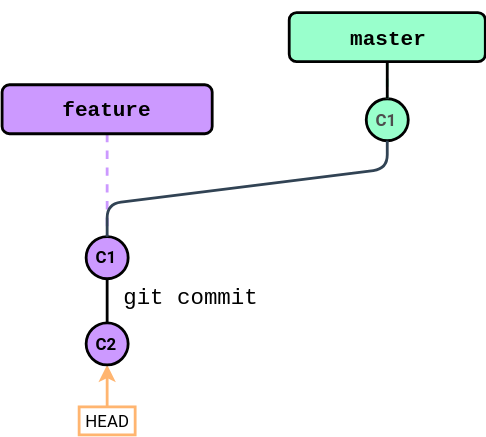
The draw.io diagram Session 0 - Git/img/Branching_and_Merging/Branching_step4.svg in Python-Crash-Course/Python201, before a commit. Source tidied: cells renumbered, new cells last; positions are measured from the earlier drawing's top-left corner, leaving out a move shared by most shapes. Its diagram source:
```xml
<mxGraphModel>
  <root>
    <mxCell id="0" />
    <mxCell id="1" parent="0" />
    <mxCell id="2" style="endArrow=none;dashed=1;html=1;strokeWidth=2;fillColor=#ffe6cc;strokeColor=#CC99FF;exitX=0.5;exitY=1;exitDx=0;exitDy=0;entryX=0.5;entryY=0;entryDx=0;entryDy=0;" parent="1" edge="1" source="3" target="6">
      <mxGeometry relative="1" as="geometry" />
    </mxCell>
    <mxCell id="3" value="&lt;h1 style=&quot;line-height: 70%&quot;&gt;&lt;b style=&quot;font-size: 15px&quot;&gt;&lt;font face=&quot;Courier New&quot; style=&quot;line-height: 100%&quot;&gt;feature&lt;/font&gt;&lt;/b&gt;&lt;/h1&gt;" style="text;html=1;spacing=5;spacingTop=-20;whiteSpace=wrap;overflow=hidden;rounded=1;align=center;labelBorderColor=none;labelBackgroundColor=none;fillColor=#cc99ff;strokeColor=#000000;fontFamily=Roboto;perimeterSpacing=0;strokeWidth=2;comic=0;glass=0;shadow=0;" parent="1" vertex="1">
      <mxGeometry y="51" width="150" height="35" as="geometry" />
    </mxCell>
    <mxCell id="4" value="&lt;font style=&quot;font-size: 12px&quot;&gt;C1&lt;/font&gt;" style="ellipse;whiteSpace=wrap;html=1;fillColor=#99FFCC;strokeColor=#000000;fontColor=#4D4D4D;fontStyle=1;fontSize=10;fontFamily=Roboto;FType=g;strokeWidth=2;" parent="1" vertex="1">
      <mxGeometry x="260" y="61" width="30" height="30" as="geometry" />
    </mxCell>
    <mxCell id="5" style="endArrow=none;dashed=1;html=1;strokeWidth=2;fillColor=#d5e8d4;strokeColor=#99FFCC;exitX=0.5;exitY=1;exitDx=0;exitDy=0;" parent="1" edge="1" source="13" target="4">
      <mxGeometry relative="1" as="geometry" />
    </mxCell>
    <mxCell id="6" value="&lt;font style=&quot;font-size: 12px&quot;&gt;C1&lt;/font&gt;" style="ellipse;whiteSpace=wrap;html=1;fillColor=#CC99FF;strokeColor=#000000;fontFamily=Roboto;fontStyle=1;fontSize=10;strokeWidth=2;" parent="1" vertex="1">
      <mxGeometry x="60" y="159.5" width="30" height="30" as="geometry" />
    </mxCell>
    <mxCell id="7" value="&lt;font face=&quot;Courier New&quot;&gt;&lt;font style=&quot;font-size: 16px&quot;&gt;git commit&lt;/font&gt;&lt;br style=&quot;font-size: 14px&quot;&gt;&lt;/font&gt;" style="text;html=1;strokeColor=none;fillColor=none;align=center;verticalAlign=middle;whiteSpace=wrap;rounded=0;rotation=0;fontSize=14;" parent="1" vertex="1">
      <mxGeometry x="83.5" y="193" width="100" height="20" as="geometry" />
    </mxCell>
    <mxCell id="8" style="endArrow=none;html=1;strokeColor=#000000;fontFamily=Roboto;fontSize=8;fontColor=#000000;exitX=0.5;exitY=1;exitDx=0;exitDy=0;entryX=0.5;entryY=0;entryDx=0;entryDy=0;strokeWidth=2;endFill=0;" parent="1" edge="1" source="13" target="4">
      <mxGeometry relative="1" as="geometry" />
    </mxCell>
    <mxCell id="9" style="endArrow=classic;html=1;strokeColor=#FFB570;fontFamily=Roboto;fontSize=8;fontColor=#000000;entryX=0.5;entryY=1;entryDx=0;entryDy=0;fillColor=#ffcc99;exitX=0.5;exitY=0;exitDx=0;exitDy=0;strokeWidth=2;" parent="1" edge="1" source="10" target="12">
      <mxGeometry relative="1" as="geometry" />
    </mxCell>
    <mxCell id="10" value="&lt;font style=&quot;font-size: 12px;&quot;&gt;HEAD&lt;br style=&quot;font-size: 12px;&quot;&gt;&lt;/font&gt;" style="text;html=1;strokeColor=#FFB570;fillColor=none;align=center;verticalAlign=middle;whiteSpace=wrap;rounded=0;rotation=0;fontSize=12;fontFamily=Roboto;strokeWidth=2;" parent="1" vertex="1">
      <mxGeometry x="55" y="281" width="40" height="20" as="geometry" />
    </mxCell>
    <mxCell id="11" style="endArrow=none;html=1;strokeColor=#000000;fontFamily=Roboto;fontSize=14;fontColor=#000000;exitX=0.5;exitY=1;exitDx=0;exitDy=0;entryX=0.5;entryY=0;entryDx=0;entryDy=0;strokeWidth=2;endFill=0;startArrow=none;startFill=0;" parent="1" edge="1" source="6" target="12">
      <mxGeometry relative="1" as="geometry" />
    </mxCell>
    <mxCell id="12" value="&lt;font style=&quot;font-size: 12px&quot;&gt;C2&lt;/font&gt;" style="ellipse;whiteSpace=wrap;html=1;fillColor=#CC99FF;strokeColor=#000000;fontFamily=Roboto;fontStyle=1;fontSize=10;strokeWidth=2;" parent="1" vertex="1">
      <mxGeometry x="60" y="221" width="30" height="30" as="geometry" />
    </mxCell>
    <mxCell id="13" value="&lt;h1 style=&quot;line-height: 70%&quot;&gt;&lt;b style=&quot;font-size: 15px&quot;&gt;&lt;font face=&quot;Courier New&quot; style=&quot;line-height: 100%&quot;&gt;master&lt;/font&gt;&lt;/b&gt;&lt;/h1&gt;" style="text;html=1;spacing=5;spacingTop=-20;whiteSpace=wrap;overflow=hidden;rounded=1;align=center;labelBorderColor=none;labelBackgroundColor=none;fillColor=#99FFCC;strokeColor=#000000;fontFamily=Roboto;perimeterSpacing=0;strokeWidth=2;comic=0;glass=0;shadow=0;" parent="1" vertex="1">
      <mxGeometry x="205" y="-0.5" width="140" height="35" as="geometry" />
    </mxCell>
    <mxCell id="14" style="endArrow=none;html=1;strokeWidth=2;fontColor=#6FD08C;fillColor=#647687;strokeColor=#314354;jumpStyle=arc;targetPerimeterSpacing=3;endSize=3;startArrow=none;startFill=0;exitX=0.5;exitY=0;exitDx=0;exitDy=0;endFill=0;entryX=0.5;entryY=1;entryDx=0;entryDy=0;" parent="1" edge="1" source="6" target="4">
      <mxGeometry relative="1" as="geometry">
        <Array as="points">
          <mxPoint x="75" y="136" />
          <mxPoint x="275" y="111" />
        </Array>
      </mxGeometry>
    </mxCell>
  </root>
</mxGraphModel>
```
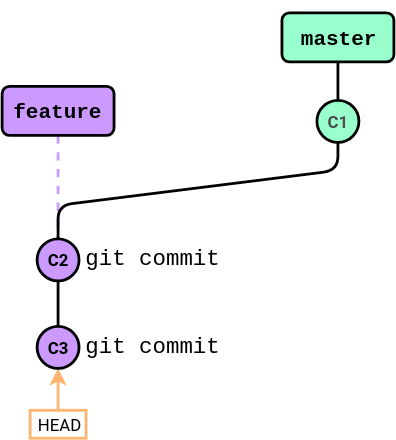
The same diagram one commit later.

The edit, as a diff of the source:
```diff
@@ -2,49 +2,52 @@
   <root>
     <mxCell id="0" />
     <mxCell id="1" parent="0" />
-    <mxCell id="2" style="endArrow=none;dashed=1;html=1;strokeWidth=2;fillColor=#ffe6cc;strokeColor=#CC99FF;exitX=0.5;exitY=1;exitDx=0;exitDy=0;entryX=0.5;entryY=0;entryDx=0;entryDy=0;" parent="1" edge="1" source="3" target="6">
-      <mxGeometry relative="1" as="geometry" />
+    <mxCell id="2" style="endArrow=none;dashed=1;html=1;strokeWidth=2;fillColor=#ffe6cc;strokeColor=#CC99FF;exitX=0.5;exitY=1;exitDx=0;exitDy=0;entryX=0.5;entryY=0;entryDx=0;entryDy=0;" parent="1" edge="1" source="10">
+      <mxGeometry relative="1" as="geometry">
+        <mxPoint x="75" y="159.5" as="targetPoint" />
+      </mxGeometry>
     </mxCell>
-    <mxCell id="3" value="&lt;h1 style=&quot;line-height: 70%&quot;&gt;&lt;b style=&quot;font-size: 15px&quot;&gt;&lt;font face=&quot;Courier New&quot; style=&quot;line-height: 100%&quot;&gt;feature&lt;/font&gt;&lt;/b&gt;&lt;/h1&gt;" style="text;html=1;spacing=5;spacingTop=-20;whiteSpace=wrap;overflow=hidden;rounded=1;align=center;labelBorderColor=none;labelBackgroundColor=none;fillColor=#cc99ff;strokeColor=#000000;fontFamily=Roboto;perimeterSpacing=0;strokeWidth=2;comic=0;glass=0;shadow=0;" parent="1" vertex="1">
-      <mxGeometry y="51" width="150" height="35" as="geometry" />
+    <mxCell id="3" value="&lt;font style=&quot;font-size: 12px&quot;&gt;C1&lt;/font&gt;" style="ellipse;whiteSpace=wrap;html=1;fillColor=#99FFCC;strokeColor=#000000;fontColor=#4D4D4D;fontStyle=1;fontSize=10;fontFamily=Roboto;FType=g;strokeWidth=2;" parent="1" vertex="1">
+      <mxGeometry x="260" y="61" width="30" height="30" as="geometry" />
     </mxCell>
-    <mxCell id="4" value="&lt;font style=&quot;font-size: 12px&quot;&gt;C1&lt;/font&gt;" style="ellipse;whiteSpace=wrap;html=1;fillColor=#99FFCC;strokeColor=#000000;fontColor=#4D4D4D;fontStyle=1;fontSize=10;fontFamily=Roboto;FType=g;strokeWidth=2;" parent="1" vertex="1">
-      <mxGeometry x="260" y="61" width="30" height="30" as="geometry" />
+    <mxCell id="4" value="&lt;font face=&quot;Courier New&quot;&gt;&lt;font style=&quot;font-size: 16px&quot;&gt;git commit&lt;/font&gt;&lt;br style=&quot;font-size: 14px&quot;&gt;&lt;/font&gt;" style="text;html=1;strokeColor=none;fillColor=none;align=center;verticalAlign=middle;whiteSpace=wrap;rounded=0;rotation=0;fontSize=14;" parent="1" vertex="1">
+      <mxGeometry x="92" y="164" width="100" height="20" as="geometry" />
     </mxCell>
-    <mxCell id="5" style="endArrow=none;dashed=1;html=1;strokeWidth=2;fillColor=#d5e8d4;strokeColor=#99FFCC;exitX=0.5;exitY=1;exitDx=0;exitDy=0;" parent="1" edge="1" source="13" target="4">
+    <mxCell id="5" style="endArrow=none;html=1;strokeColor=#000000;fontFamily=Roboto;fontSize=8;fontColor=#000000;exitX=0.5;exitY=1;exitDx=0;exitDy=0;entryX=0.5;entryY=0;entryDx=0;entryDy=0;strokeWidth=2;endFill=0;" parent="1" edge="1" source="11" target="3">
       <mxGeometry relative="1" as="geometry" />
     </mxCell>
-    <mxCell id="6" value="&lt;font style=&quot;font-size: 12px&quot;&gt;C1&lt;/font&gt;" style="ellipse;whiteSpace=wrap;html=1;fillColor=#CC99FF;strokeColor=#000000;fontFamily=Roboto;fontStyle=1;fontSize=10;strokeWidth=2;" parent="1" vertex="1">
-      <mxGeometry x="60" y="159.5" width="30" height="30" as="geometry" />
+    <mxCell id="6" style="endArrow=classic;html=1;strokeColor=#FFB570;fontFamily=Roboto;fontSize=8;fontColor=#000000;entryX=0.5;entryY=1;entryDx=0;entryDy=0;fillColor=#ffcc99;exitX=0.5;exitY=0;exitDx=0;exitDy=0;strokeWidth=2;" parent="1" edge="1" source="7" target="12">
+      <mxGeometry relative="1" as="geometry" />
     </mxCell>
-    <mxCell id="7" value="&lt;font face=&quot;Courier New&quot;&gt;&lt;font style=&quot;font-size: 16px&quot;&gt;git commit&lt;/font&gt;&lt;br style=&quot;font-size: 14px&quot;&gt;&lt;/font&gt;" style="text;html=1;strokeColor=none;fillColor=none;align=center;verticalAlign=middle;whiteSpace=wrap;rounded=0;rotation=0;fontSize=14;" parent="1" vertex="1">
-      <mxGeometry x="83.5" y="193" width="100" height="20" as="geometry" />
+    <mxCell id="7" value="&lt;font style=&quot;font-size: 12px;&quot;&gt;HEAD&lt;br style=&quot;font-size: 12px;&quot;&gt;&lt;/font&gt;" style="text;html=1;strokeColor=#FFB570;fillColor=none;align=center;verticalAlign=middle;whiteSpace=wrap;rounded=0;rotation=0;fontSize=12;fontFamily=Roboto;strokeWidth=2;" parent="1" vertex="1">
+      <mxGeometry x="55" y="282.5" width="40" height="20" as="geometry" />
     </mxCell>
-    <mxCell id="8" style="endArrow=none;html=1;strokeColor=#000000;fontFamily=Roboto;fontSize=8;fontColor=#000000;exitX=0.5;exitY=1;exitDx=0;exitDy=0;entryX=0.5;entryY=0;entryDx=0;entryDy=0;strokeWidth=2;endFill=0;" parent="1" edge="1" source="13" target="4">
-      <mxGeometry relative="1" as="geometry" />
+    <mxCell id="8" value="&lt;font style=&quot;font-size: 12px&quot;&gt;C2&lt;/font&gt;" style="ellipse;whiteSpace=wrap;html=1;fillColor=#CC99FF;strokeColor=#000000;fontFamily=Roboto;fontStyle=1;fontSize=10;strokeWidth=2;" parent="1" vertex="1">
+      <mxGeometry x="60" y="160" width="30" height="30" as="geometry" />
     </mxCell>
-    <mxCell id="9" style="endArrow=classic;html=1;strokeColor=#FFB570;fontFamily=Roboto;fontSize=8;fontColor=#000000;entryX=0.5;entryY=1;entryDx=0;entryDy=0;fillColor=#ffcc99;exitX=0.5;exitY=0;exitDx=0;exitDy=0;strokeWidth=2;" parent="1" edge="1" source="10" target="12">
-      <mxGeometry relative="1" as="geometry" />
+    <mxCell id="9" style="endArrow=none;html=1;strokeWidth=2;fontColor=#6FD08C;fillColor=#647687;strokeColor=#000000;jumpStyle=arc;targetPerimeterSpacing=3;endSize=3;startArrow=none;startFill=0;exitX=0.5;exitY=0;exitDx=0;exitDy=0;endFill=0;entryX=0.5;entryY=1;entryDx=0;entryDy=0;" parent="1" edge="1" target="3">
+      <mxGeometry relative="1" as="geometry">
+        <mxPoint x="75" y="159.5" as="sourcePoint" />
+        <Array as="points">
+          <mxPoint x="75" y="136" />
+          <mxPoint x="275" y="111" />
+        </Array>
+      </mxGeometry>
     </mxCell>
-    <mxCell id="10" value="&lt;font style=&quot;font-size: 12px;&quot;&gt;HEAD&lt;br style=&quot;font-size: 12px;&quot;&gt;&lt;/font&gt;" style="text;html=1;strokeColor=#FFB570;fillColor=none;align=center;verticalAlign=middle;whiteSpace=wrap;rounded=0;rotation=0;fontSize=12;fontFamily=Roboto;strokeWidth=2;" parent="1" vertex="1">
-      <mxGeometry x="55" y="281" width="40" height="20" as="geometry" />
+    <mxCell id="10" value="&lt;h1 style=&quot;line-height: 70%&quot;&gt;&lt;font face=&quot;Courier New&quot;&gt;&lt;span style=&quot;font-size: 15px&quot;&gt;feature&lt;/span&gt;&lt;/font&gt;&lt;/h1&gt;" style="text;html=1;spacing=5;spacingTop=-20;whiteSpace=wrap;overflow=hidden;rounded=1;align=center;labelBorderColor=none;labelBackgroundColor=none;fillColor=#CC99FF;strokeColor=#000000;fontFamily=Roboto;perimeterSpacing=0;strokeWidth=2;comic=0;glass=0;shadow=0;" parent="1" vertex="1">
+      <mxGeometry x="35" y="51" width="80" height="35" as="geometry" />
     </mxCell>
-    <mxCell id="11" style="endArrow=none;html=1;strokeColor=#000000;fontFamily=Roboto;fontSize=14;fontColor=#000000;exitX=0.5;exitY=1;exitDx=0;exitDy=0;entryX=0.5;entryY=0;entryDx=0;entryDy=0;strokeWidth=2;endFill=0;startArrow=none;startFill=0;" parent="1" edge="1" source="6" target="12">
-      <mxGeometry relative="1" as="geometry" />
+    <mxCell id="11" value="&lt;h1 style=&quot;line-height: 70%&quot;&gt;&lt;b style=&quot;font-size: 15px&quot;&gt;&lt;font face=&quot;Courier New&quot; style=&quot;line-height: 100%&quot;&gt;master&lt;/font&gt;&lt;/b&gt;&lt;/h1&gt;" style="text;html=1;spacing=5;spacingTop=-20;whiteSpace=wrap;overflow=hidden;rounded=1;align=center;labelBorderColor=none;labelBackgroundColor=none;fillColor=#99FFCC;strokeColor=#000000;fontFamily=Roboto;perimeterSpacing=0;strokeWidth=2;comic=0;glass=0;shadow=0;" parent="1" vertex="1">
+      <mxGeometry x="235" y="-1.5" width="80" height="35" as="geometry" />
     </mxCell>
-    <mxCell id="12" value="&lt;font style=&quot;font-size: 12px&quot;&gt;C2&lt;/font&gt;" style="ellipse;whiteSpace=wrap;html=1;fillColor=#CC99FF;strokeColor=#000000;fontFamily=Roboto;fontStyle=1;fontSize=10;strokeWidth=2;" parent="1" vertex="1">
-      <mxGeometry x="60" y="221" width="30" height="30" as="geometry" />
+    <mxCell id="12" value="&lt;font style=&quot;font-size: 12px&quot;&gt;C3&lt;/font&gt;" style="ellipse;whiteSpace=wrap;html=1;fillColor=#CC99FF;strokeColor=#000000;fontFamily=Roboto;fontStyle=1;fontSize=10;strokeWidth=2;" parent="1" vertex="1">
+      <mxGeometry x="60" y="222.5" width="30" height="30" as="geometry" />
     </mxCell>
-    <mxCell id="13" value="&lt;h1 style=&quot;line-height: 70%&quot;&gt;&lt;b style=&quot;font-size: 15px&quot;&gt;&lt;font face=&quot;Courier New&quot; style=&quot;line-height: 100%&quot;&gt;master&lt;/font&gt;&lt;/b&gt;&lt;/h1&gt;" style="text;html=1;spacing=5;spacingTop=-20;whiteSpace=wrap;overflow=hidden;rounded=1;align=center;labelBorderColor=none;labelBackgroundColor=none;fillColor=#99FFCC;strokeColor=#000000;fontFamily=Roboto;perimeterSpacing=0;strokeWidth=2;comic=0;glass=0;shadow=0;" parent="1" vertex="1">
-      <mxGeometry x="205" y="-0.5" width="140" height="35" as="geometry" />
+    <mxCell id="13" style="endArrow=none;html=1;strokeColor=#000000;fontFamily=Roboto;fontSize=14;fontColor=#000000;exitX=0.5;exitY=1;exitDx=0;exitDy=0;entryX=0.5;entryY=0;entryDx=0;entryDy=0;strokeWidth=2;startArrow=none;startFill=0;endFill=0;" parent="1" edge="1" source="8" target="12">
+      <mxGeometry relative="1" as="geometry" />
     </mxCell>
-    <mxCell id="14" style="endArrow=none;html=1;strokeWidth=2;fontColor=#6FD08C;fillColor=#647687;strokeColor=#314354;jumpStyle=arc;targetPerimeterSpacing=3;endSize=3;startArrow=none;startFill=0;exitX=0.5;exitY=0;exitDx=0;exitDy=0;endFill=0;entryX=0.5;entryY=1;entryDx=0;entryDy=0;" parent="1" edge="1" source="6" target="4">
-      <mxGeometry relative="1" as="geometry">
-        <Array as="points">
-          <mxPoint x="75" y="136" />
-          <mxPoint x="275" y="111" />
-        </Array>
-      </mxGeometry>
+    <mxCell id="14" value="&lt;font face=&quot;Courier New&quot;&gt;&lt;font style=&quot;font-size: 16px&quot;&gt;git commit&lt;/font&gt;&lt;br style=&quot;font-size: 14px&quot;&gt;&lt;/font&gt;" style="text;html=1;strokeColor=none;fillColor=none;align=center;verticalAlign=middle;whiteSpace=wrap;rounded=0;rotation=0;fontSize=14;" parent="1" vertex="1">
+      <mxGeometry x="92" y="227.5" width="100" height="20" as="geometry" />
     </mxCell>
   </root>
 </mxGraphModel>
```
